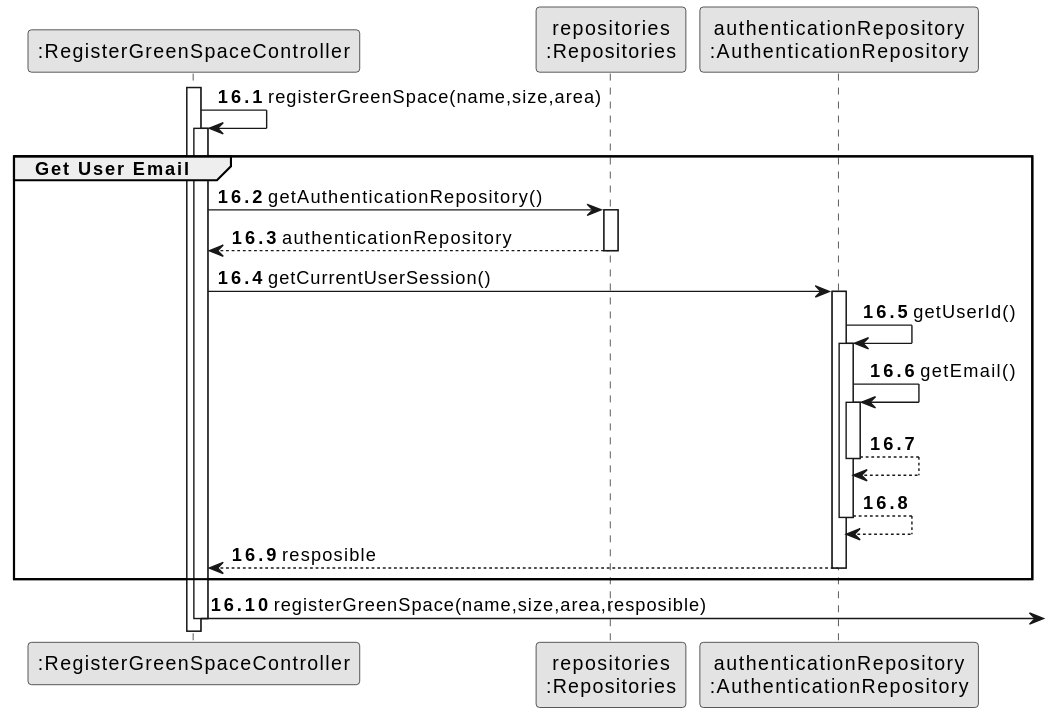
Before: docs/sprintC/us020/03.design/svg/us020-sequence-diagram-partial-register-Get-User-Email.svg, a diagram exported from PlantUML (SAEmanuel/Green_Spaces_Management_ISEP). Source of this version:
```plantuml
@startuml
skinparam monochrome true
skinparam packageStyle rectangle
skinparam shadowing false

participant ":RegisterGreenSpaceController" as CTRL
participant "repositories\n:Repositories" as PLAT
participant "authenticationRepository\n:AuthenticationRepository" as authenticationRepository

autonumber 16

autonumber 16.1
activate CTRL

       CTRL -> CTRL : registerGreenSpace(name,size,area)
    group     Get User Email


           activate CTRL

               CTRL -> PLAT : getAuthenticationRepository()
               activate PLAT

               PLAT --> CTRL : authenticationRepository
               deactivate PLAT

               CTRL -> authenticationRepository : getCurrentUserSession()
               activate authenticationRepository

                   authenticationRepository -> authenticationRepository :getUserId()
                   activate authenticationRepository

                       authenticationRepository -> authenticationRepository : getEmail()
                       activate authenticationRepository

                           authenticationRepository --> authenticationRepository
                       deactivate authenticationRepository
                           authenticationRepository --> authenticationRepository

                   deactivate authenticationRepository

                   authenticationRepository --> CTRL : resposible
               deactivate authenticationRepository

               deactivate authenticationRepository
    end
            CTRL ->  : registerGreenSpace(name,size,area,resposible)

autonumber 17
deactivate CTRL
@enduml
```
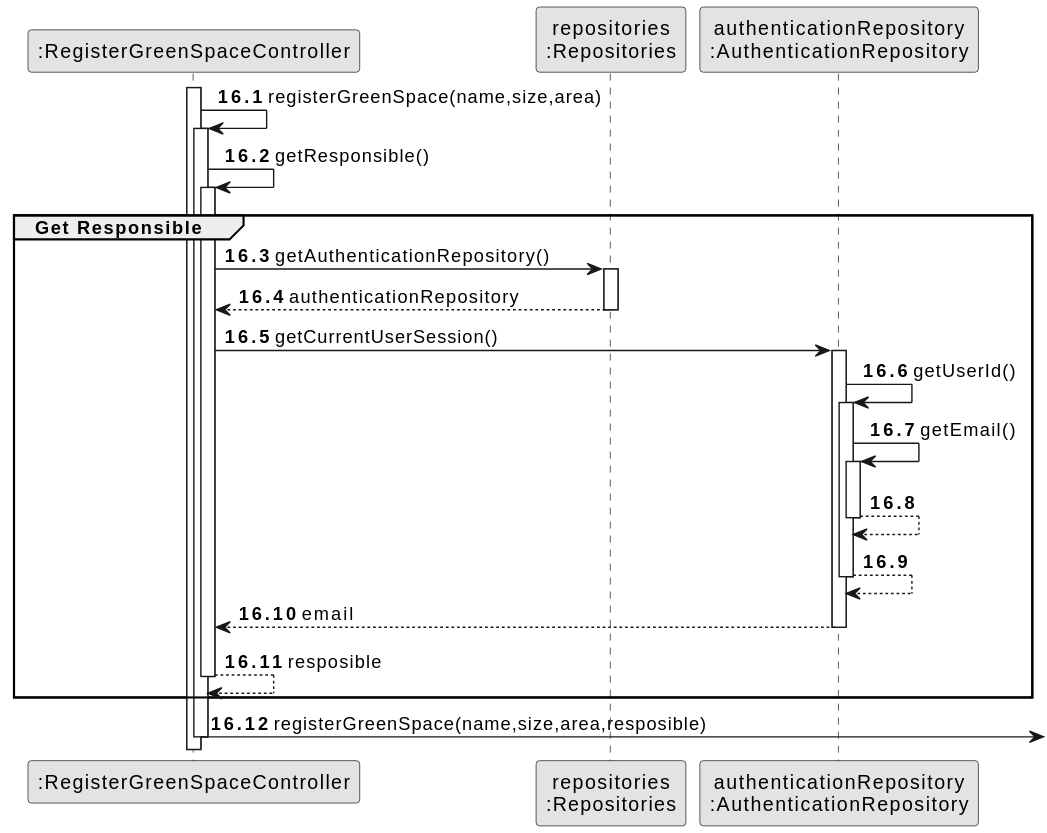
The same file after the commit.

Diff of the diagram source:
```diff
@@ -13,36 +13,39 @@
 activate CTRL
 
        CTRL -> CTRL : registerGreenSpace(name,size,area)
-    group     Get User Email
+           activate CTRL
+              CTRL -> CTRL : getResponsible()
+                     activate CTRL
+    group Get Responsible
 
 
-           activate CTRL
 
-               CTRL -> PLAT : getAuthenticationRepository()
-               activate PLAT
+                     CTRL -> PLAT : getAuthenticationRepository()
+                     activate PLAT
 
-               PLAT --> CTRL : authenticationRepository
-               deactivate PLAT
+                     PLAT --> CTRL : authenticationRepository
+                     deactivate PLAT
 
-               CTRL -> authenticationRepository : getCurrentUserSession()
-               activate authenticationRepository
+                     CTRL -> authenticationRepository : getCurrentUserSession()
+                     activate authenticationRepository
 
-                   authenticationRepository -> authenticationRepository :getUserId()
-                   activate authenticationRepository
+                         authenticationRepository -> authenticationRepository :getUserId()
+                         activate authenticationRepository
 
-                       authenticationRepository -> authenticationRepository : getEmail()
-                       activate authenticationRepository
+                             authenticationRepository -> authenticationRepository : getEmail()
+                             activate authenticationRepository
 
-                           authenticationRepository --> authenticationRepository
-                       deactivate authenticationRepository
-                           authenticationRepository --> authenticationRepository
+                                 authenticationRepository --> authenticationRepository
+                             deactivate authenticationRepository
+                                 authenticationRepository --> authenticationRepository
+                         deactivate authenticationRepository
 
-                   deactivate authenticationRepository
 
-                   authenticationRepository --> CTRL : resposible
-               deactivate authenticationRepository
+                         authenticationRepository --> CTRL : email
+                     deactivate authenticationRepository
+                         CTRL --> CTRL : resposible
 
-               deactivate authenticationRepository
+                         deactivate CTRL
     end
             CTRL ->  : registerGreenSpace(name,size,area,resposible)
 
```
